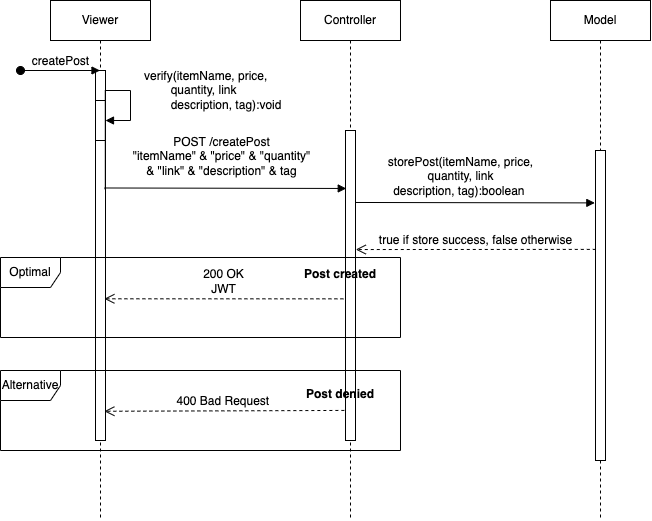
This is Design/Sprint 3/Sequence diagram - Create Post.png from cis350/project-uniteandconquer, a draw.io export, as it was before one commit. Source tidied: cells renumbered, new cells last; positions are measured from the earlier drawing's top-left corner, leaving out a move shared by most shapes.
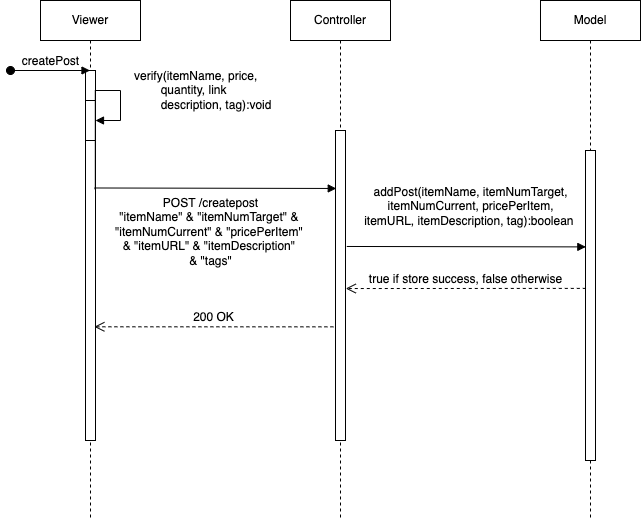
Above is the later version.

Diff of the diagram source:
```diff
@@ -39,36 +39,28 @@
         <mxPoint x="20" y="70" as="sourcePoint" />
       </mxGeometry>
     </mxCell>
-    <mxCell id="11" value="POST /createPost&lt;br&gt;&quot;itemName&quot; &amp;amp; &quot;price&quot; &amp;amp; &quot;quantity&quot;&lt;br&gt;&amp;amp; &quot;link&quot; &amp;amp; &quot;description&quot; &amp;amp; tag" style="html=1;verticalAlign=bottom;endArrow=block;rounded=0;exitX=0.886;exitY=0.608;exitDx=0;exitDy=0;exitPerimeter=0;entryX=0.076;entryY=0.187;entryDx=0;entryDy=0;entryPerimeter=0;" parent="1" edge="1" target="7">
-      <mxGeometry x="-0.04" y="8" relative="1" as="geometry">
-        <mxPoint x="103.9" y="187.5" as="sourcePoint" />
-      </mxGeometry>
-    </mxCell>
-    <mxCell id="12" value="&lt;span style=&quot;text-align: left&quot;&gt;storePost(itemName, price,&lt;/span&gt;&lt;br style=&quot;text-align: left&quot;&gt;&lt;span style=&quot;text-align: left&quot;&gt;&#9;&lt;/span&gt;&lt;span style=&quot;text-align: left&quot;&gt;quantity, link&lt;/span&gt;&lt;br style=&quot;text-align: left&quot;&gt;&lt;span style=&quot;text-align: left&quot;&gt;&#9;&lt;/span&gt;&lt;span style=&quot;text-align: left&quot;&gt;description, tag):boolean&amp;nbsp;&lt;/span&gt;" style="html=1;verticalAlign=bottom;endArrow=block;rounded=0;exitX=1.029;exitY=0.187;exitDx=0;exitDy=0;exitPerimeter=0;entryX=-0.067;entryY=0.169;entryDx=0;entryDy=0;entryPerimeter=0;" parent="1" edge="1" target="9">
-      <mxGeometry x="-0.12" y="2" relative="1" as="geometry">
-        <mxPoint x="355.3" y="202" as="sourcePoint" />
-      </mxGeometry>
-    </mxCell>
+    <mxCell id="20" value="POST /createpost&lt;br&gt;&quot;itemName&quot; &amp;amp; &quot;itemNumTarget&quot; &amp;amp; &lt;br&gt;&quot;itemNumCurrent&quot; &amp;amp; &quot;pricePerItem&quot; &lt;br&gt;&amp;amp; &quot;itemURL&quot; &amp;amp; &quot;itemDescription&quot; &lt;br&gt;&amp;amp; &quot;tags&quot;" style="html=1;verticalAlign=bottom;endArrow=block;rounded=0;exitX=0.886;exitY=0.608;exitDx=0;exitDy=0;exitPerimeter=0;entryX=0.076;entryY=0.187;entryDx=0;entryDy=0;entryPerimeter=0;" parent="1" edge="1" target="7">
+      <mxGeometry x="-0.04" y="-82" relative="1" as="geometry">
+        <mxPoint x="103.9" y="187.5" as="sourcePoint" />
+      </mxGeometry>
+    </mxCell>
+    <mxCell id="21" value="&lt;span style=&quot;text-align: left&quot;&gt;addPost(&lt;/span&gt;itemName&lt;span style=&quot;text-align: left&quot;&gt;,&amp;nbsp;&lt;/span&gt;itemNumTarget&lt;span style=&quot;text-align: left&quot;&gt;,&lt;/span&gt;&lt;br style=&quot;text-align: left&quot;&gt;itemNumCurrent&lt;span style=&quot;text-align: left&quot;&gt;,&amp;nbsp;&lt;/span&gt;pricePerItem,&lt;br style=&quot;text-align: left&quot;&gt;itemURL&lt;span style=&quot;text-align: left&quot;&gt;, itemDescription, tag):boolean&amp;nbsp;&lt;/span&gt;" style="html=1;verticalAlign=bottom;endArrow=block;rounded=0;exitX=1.029;exitY=0.187;exitDx=0;exitDy=0;exitPerimeter=0;entryX=-0.067;entryY=0.169;entryDx=0;entryDy=0;entryPerimeter=0;" parent="1" edge="1">
+      <mxGeometry x="0.03" y="16" relative="1" as="geometry">
+        <mxPoint x="356.3" y="246" as="sourcePoint" />
+        <mxPoint x="595.3" y="246.4" as="targetPoint" />
+      </mxGeometry>
+    </mxCell>
-    <mxCell id="13" value="true if store success, false otherwise" style="html=1;verticalAlign=bottom;endArrow=open;dashed=1;endSize=8;rounded=0;exitX=0.029;exitY=0.319;exitDx=0;exitDy=0;exitPerimeter=0;entryX=1.029;entryY=0.384;entryDx=0;entryDy=0;entryPerimeter=0;" parent="1" edge="1" source="9" target="7">
-      <mxGeometry relative="1" as="geometry" />
+    <mxCell id="13" value="true if store success, false otherwise" style="html=1;verticalAlign=bottom;endArrow=open;dashed=1;endSize=8;rounded=0;exitX=0.029;exitY=0.319;exitDx=0;exitDy=0;exitPerimeter=0;entryX=1.029;entryY=0.384;entryDx=0;entryDy=0;entryPerimeter=0;" parent="1" edge="1">
+      <mxGeometry relative="1" as="geometry">
+        <mxPoint x="595.3" y="287.9" as="sourcePoint" />
+        <mxPoint x="355.3" y="288" as="targetPoint" />
+      </mxGeometry>
     </mxCell>
-    <mxCell id="14" value="Optimal" style="shape=umlFrame;whiteSpace=wrap;html=1;" parent="1" vertex="1">
-      <mxGeometry y="257" width="400" height="80" as="geometry" />
-    </mxCell>
-    <mxCell id="15" value="Alternative" style="shape=umlFrame;whiteSpace=wrap;html=1;" parent="1" vertex="1">
-      <mxGeometry y="370" width="400" height="80" as="geometry" />
-    </mxCell>
-    <mxCell id="16" value="200 OK&lt;br&gt;JWT" style="html=1;verticalAlign=bottom;endArrow=open;dashed=1;endSize=8;rounded=0;entryX=0.886;entryY=0.617;entryDx=0;entryDy=0;entryPerimeter=0;exitX=-0.21;exitY=0.543;exitDx=0;exitDy=0;exitPerimeter=0;" parent="1" edge="1" source="7" target="3">
-      <mxGeometry relative="1" as="geometry" />
-    </mxCell>
-    <mxCell id="17" value="400 Bad Request&amp;nbsp;" style="html=1;verticalAlign=bottom;endArrow=open;dashed=1;endSize=8;rounded=0;exitX=-0.114;exitY=0.903;exitDx=0;exitDy=0;exitPerimeter=0;entryX=0.886;entryY=0.921;entryDx=0;entryDy=0;entryPerimeter=0;" parent="1" edge="1" source="7" target="3">
-      <mxGeometry relative="1" as="geometry" />
-    </mxCell>
-    <mxCell id="18" value="Post created" style="text;align=center;fontStyle=1;verticalAlign=middle;spacingLeft=3;spacingRight=3;strokeColor=none;" parent="1" vertex="1">
-      <mxGeometry x="300" y="260" width="80" height="26" as="geometry" />
-    </mxCell>
-    <mxCell id="19" value="Post denied" style="text;align=center;fontStyle=1;verticalAlign=middle;spacingLeft=3;spacingRight=3;strokeColor=none;" parent="1" vertex="1">
-      <mxGeometry x="300" y="380" width="80" height="26" as="geometry" />
-    </mxCell>
+    <mxCell id="22" value="200 OK" style="html=1;verticalAlign=bottom;endArrow=open;dashed=1;endSize=8;rounded=0;entryX=0.886;entryY=0.617;entryDx=0;entryDy=0;entryPerimeter=0;exitX=-0.21;exitY=0.543;exitDx=0;exitDy=0;exitPerimeter=0;" parent="1" edge="1">
+      <mxGeometry relative="1" as="geometry">
+        <mxPoint x="342.9" y="326.3" as="sourcePoint" />
+        <mxPoint x="103.9" y="326.3" as="targetPoint" />
+      </mxGeometry>
+    </mxCell>
   </root>
 </mxGraphModel>
```
